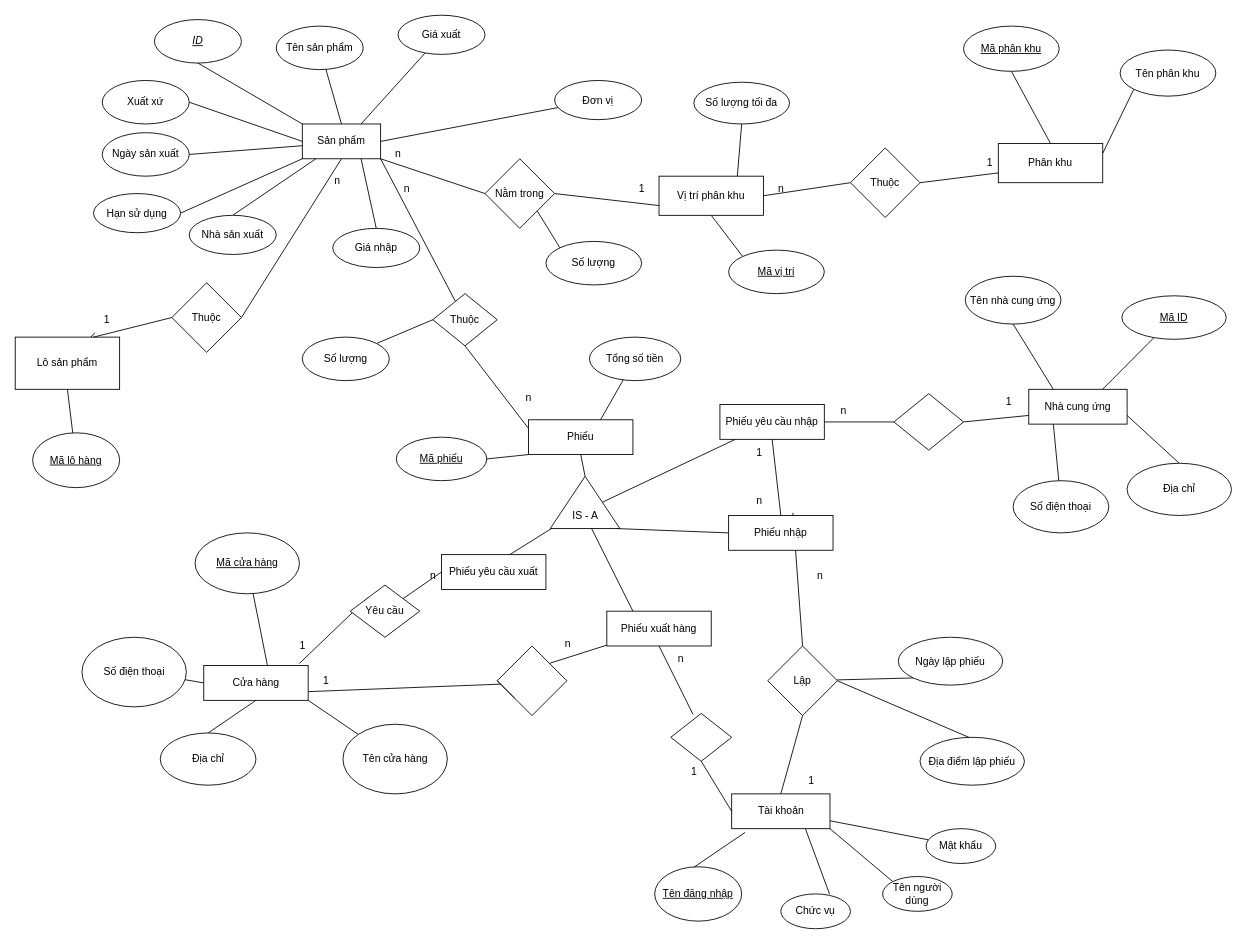
This is Description/Diagrams/Buổi 2/ERD/ER.drawio from maingocdoan1809/PTTK-HTTT, a draw.io file, before an edit. Source tidied: cells renumbered, new cells numbered last; positions are measured from the earlier drawing's top-left corner, leaving out a move shared by most shapes. Both pictures are drawn from the tidied source at 87%, with x=0, y=0 at pixel (15, 15).
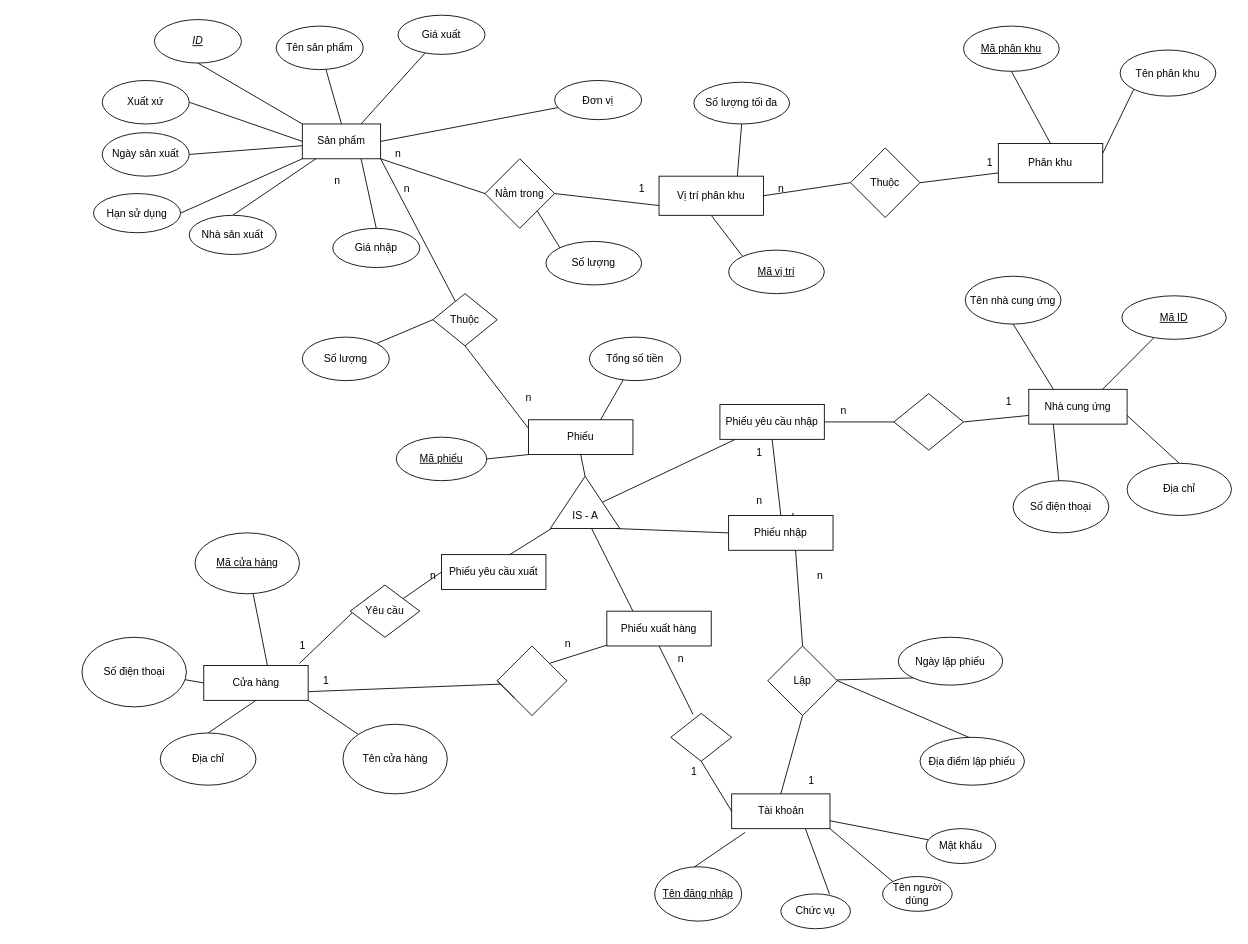
The same page after the edit.

The change refers to these unchanged cells:
```xml
<mxCell id="8" value="Sản phẩm" style="rounded=0;whiteSpace=wrap;html=1;" parent="1" vertex="1">
  <mxGeometry x="330" y="125" width="90" height="40" as="geometry" />
</mxCell>
```

What changed in the source:
```diff
@@
-    <mxCell id="7" style="edgeStyle=none;rounded=0;jettySize=auto;html=1;exitX=0.5;exitY=1;exitDx=0;exitDy=0;endArrow=none;endFill=0;entryX=1;entryY=0.5;entryDx=0;entryDy=0;" parent="1" edge="1" source="8" target="129">
-      <mxGeometry relative="1" as="geometry" />
-    </mxCell>
@@
-    <mxCell id="125" style="rounded=0;jettySize=auto;html=1;exitX=0.5;exitY=1;exitDx=0;exitDy=0;endArrow=none;endFill=0;" parent="1" edge="1" source="126" target="127">
-      <mxGeometry relative="1" as="geometry" />
-    </mxCell>
-    <mxCell id="126" value="Lô sản phẩm" style="rounded=0;whiteSpace=wrap;html=1;" parent="1" vertex="1">
-      <mxGeometry y="370" width="120" height="60" as="geometry" />
-    </mxCell>
-    <mxCell id="127" value="&lt;u&gt;Mã lô hàng&lt;/u&gt;" style="ellipse;whiteSpace=wrap;html=1;" parent="1" vertex="1">
-      <mxGeometry x="20" y="480" width="100" height="63" as="geometry" />
-    </mxCell>
-    <mxCell id="128" style="edgeStyle=none;rounded=0;jettySize=auto;html=1;exitX=0;exitY=0.5;exitDx=0;exitDy=0;entryX=0.75;entryY=0;entryDx=0;entryDy=0;endArrow=none;endFill=0;" parent="1" edge="1" source="129" target="126">
-      <mxGeometry relative="1" as="geometry" />
-    </mxCell>
-    <mxCell id="129" value="Thuộc" style="rhombus;whiteSpace=wrap;html=1;" parent="1" vertex="1">
-      <mxGeometry x="180" y="307.5" width="80" height="80" as="geometry" />
-    </mxCell>
@@
-    <mxCell id="131" style="edgeStyle=none;rounded=0;jettySize=auto;html=1;endArrow=none;endFill=0;" parent="1" edge="1" source="133" target="126">
-      <mxGeometry relative="1" as="geometry" />
-    </mxCell>
@@
-    <mxCell id="133" value="1" style="text;html=1;align=center;verticalAlign=middle;points=[];strokeColor=none;fillColor=none;" parent="1" vertex="1">
-      <mxGeometry x="90" y="335" width="30" height="30" as="geometry" />
-    </mxCell>
```
